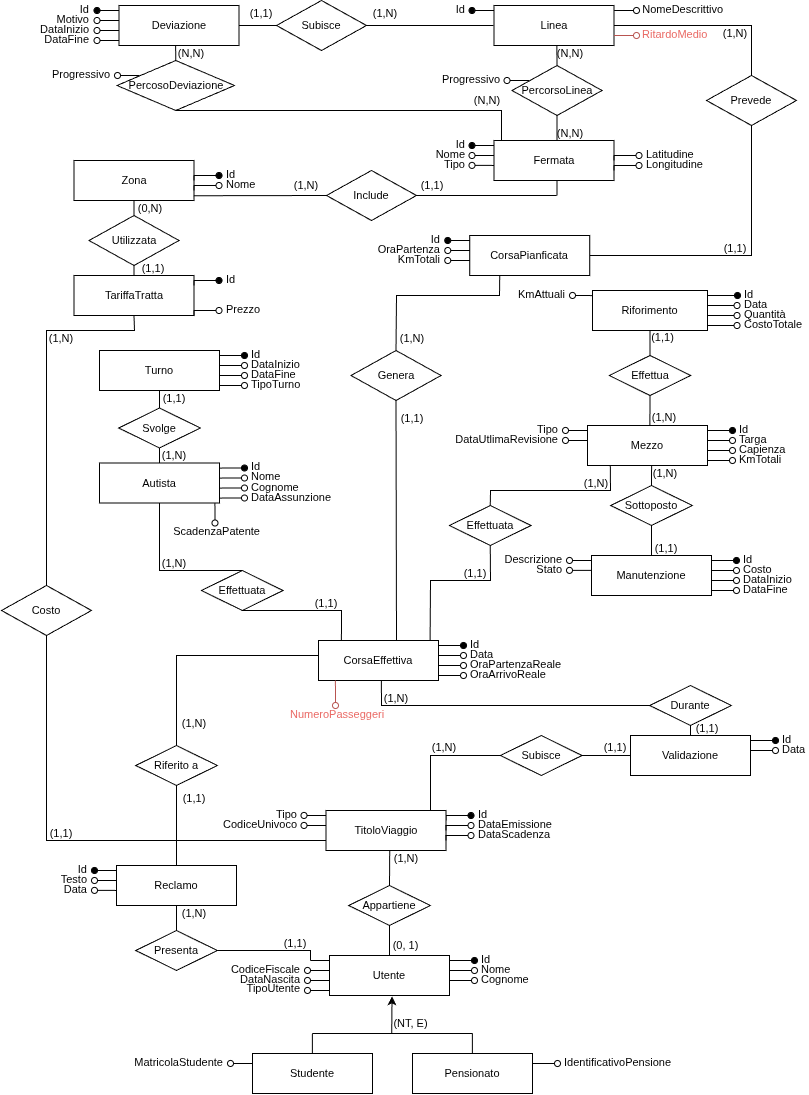
The draw.io diagram 2102 basi-di-dati/progetto/SchemaER.png in AndreaGirlando/Uni, before a commit. Source tidied: cells renumbered, new cells last; positions are measured from the earlier drawing's top-left corner, leaving out a move shared by most shapes.
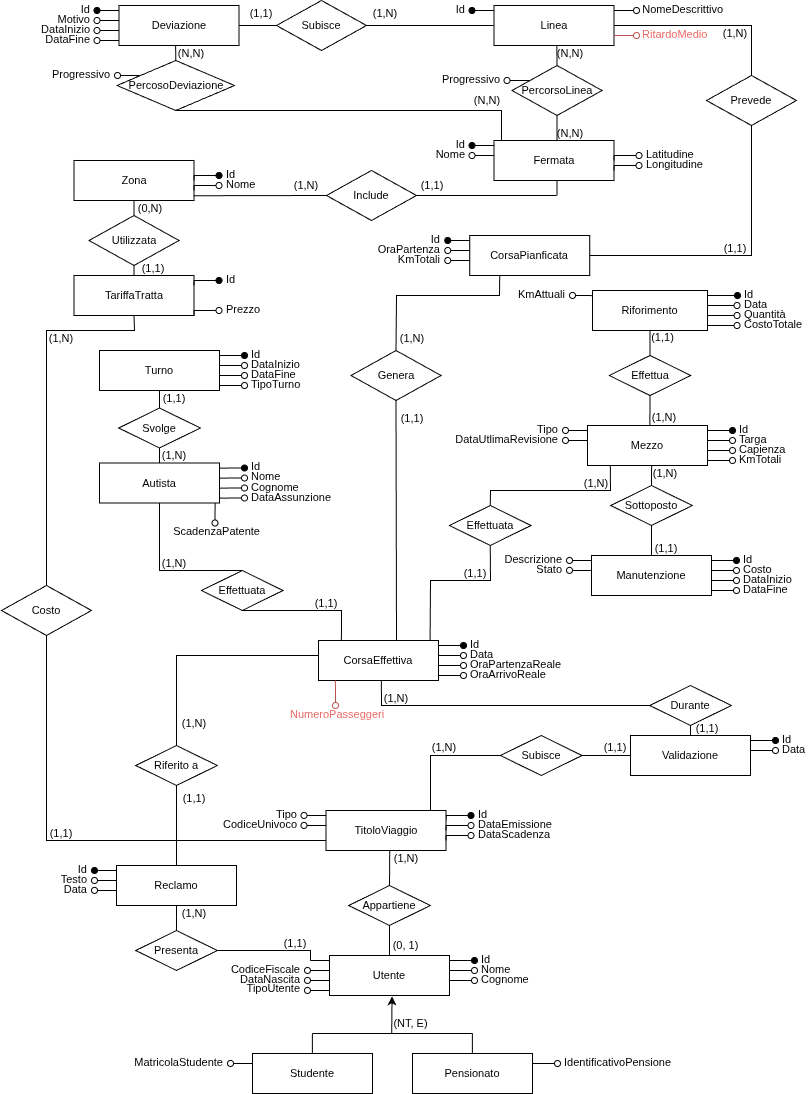
The same diagram one commit later.

Change to the diagram source:
```diff
@@ -911,19 +911,6 @@
     <mxCell id="201" value="&lt;font&gt;Nome&lt;/font&gt;" style="text;html=1;align=right;verticalAlign=middle;whiteSpace=wrap;rounded=0;spacingLeft=5;spacingBottom=3;fontSize=11;" parent="195" vertex="1">
       <mxGeometry y="10" width="25" height="10" as="geometry" />
     </mxCell>
-    <mxCell id="202" style="edgeStyle=orthogonalEdgeStyle;rounded=0;orthogonalLoop=1;jettySize=auto;html=1;startArrow=oval;startFill=0;endArrow=none;endFill=0;align=left;fontSize=11;" parent="195" edge="1">
-      <mxGeometry relative="1" as="geometry">
-        <mxPoint x="30" y="24.9" as="sourcePoint" />
-        <mxPoint x="52" y="25" as="targetPoint" />
-        <Array as="points">
-          <mxPoint x="40" y="24.9" />
-          <mxPoint x="40" y="24.9" />
-        </Array>
-      </mxGeometry>
-    </mxCell>
-    <mxCell id="203" value="&lt;font&gt;Tipo&lt;/font&gt;" style="text;html=1;align=right;verticalAlign=middle;whiteSpace=wrap;rounded=0;spacingLeft=5;spacingBottom=3;fontSize=11;" parent="195" vertex="1">
-      <mxGeometry y="20" width="25" height="10" as="geometry" />
-    </mxCell>
     <mxCell id="204" style="edgeStyle=orthogonalEdgeStyle;rounded=0;orthogonalLoop=1;jettySize=auto;html=1;exitX=0;exitY=0.5;exitDx=0;exitDy=0;startArrow=oval;startFill=0;endArrow=none;endFill=0;fontSize=11;" parent="194" edge="1">
       <mxGeometry relative="1" as="geometry">
         <mxPoint x="197" y="15" as="sourcePoint" />
```
